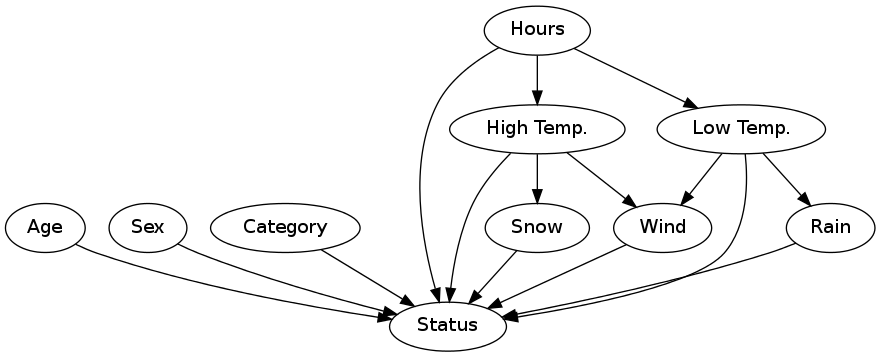
This is machine_learning/network.png from jonathan-j-lee/SARBayes, a Graphviz export, as it was before one commit. Its source is kept beside it as machine_learning/network.dot. The source it was exported from:
```dot

digraph network {
    Age -> Status;
    Sex -> Status;
    Category -> Status;

    Hours -> Status;
    Hours -> "High Temp." -> Status;
    Hours -> "Low Temp." -> Status;
    "High Temp." -> Snow -> Status;
    "Low Temp." -> Rain -> Status;
    "High Temp." -> Wind -> Status;
    "Low Temp." -> Wind;
}
```
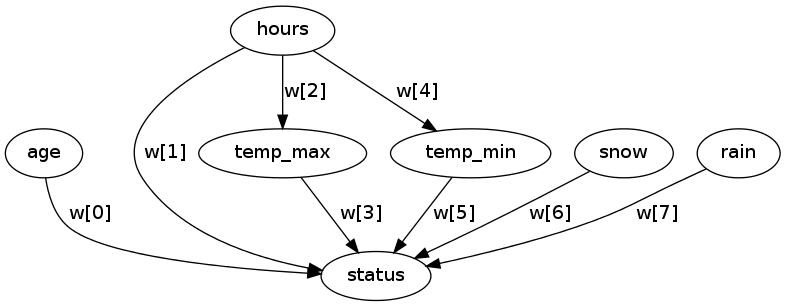
After the change.

What changed in the source:
```diff
@@ -1,14 +1,11 @@
 
 digraph network {
-    Age -> Status;
-    Sex -> Status;
-    Category -> Status;
-
-    Hours -> Status;
-    Hours -> "High Temp." -> Status;
-    Hours -> "Low Temp." -> Status;
-    "High Temp." -> Snow -> Status;
-    "Low Temp." -> Rain -> Status;
-    "High Temp." -> Wind -> Status;
-    "Low Temp." -> Wind;
+    age -> status [label="w[0]"];
+    hours -> status [label="w[1]"];
+    hours -> temp_max [label="w[2]"];
+    temp_max -> status [label="w[3]"];
+    hours -> temp_min [label="w[4]"];
+    temp_min -> status[label="w[5]"];
+    snow ->status [label="w[6]"];
+    rain -> status [label="w[7]"];
 }
```
